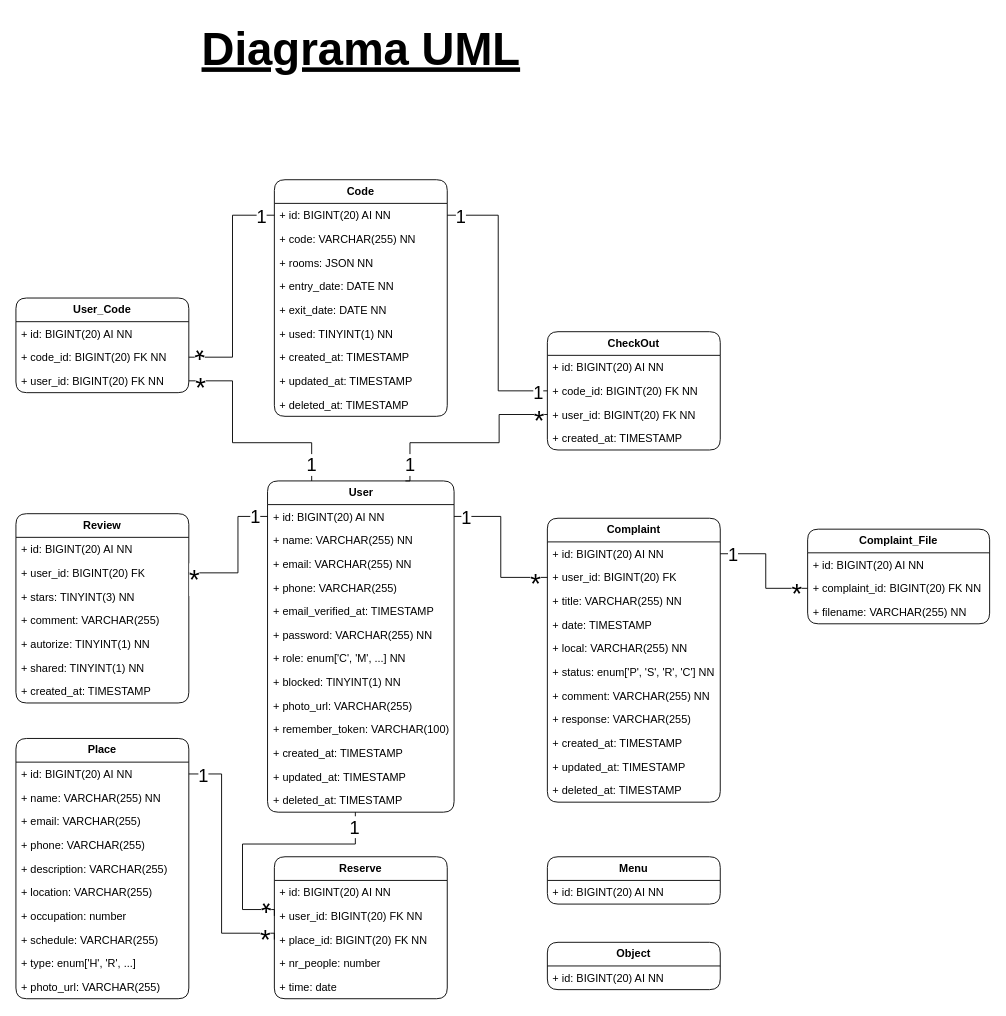
Above: page "Diagrama UML" (1 of 2) of HappyGuest.drawio in Happy-Guest/HG-Notes (draw.io), before the change. Source tidied: cells renumbered, new cells numbered last; positions are measured from the earlier drawing's top-left corner, leaving out a move shared by most shapes. Both pictures are drawn from the tidied source at 91%, with x=0, y=0 at pixel (15, 15).
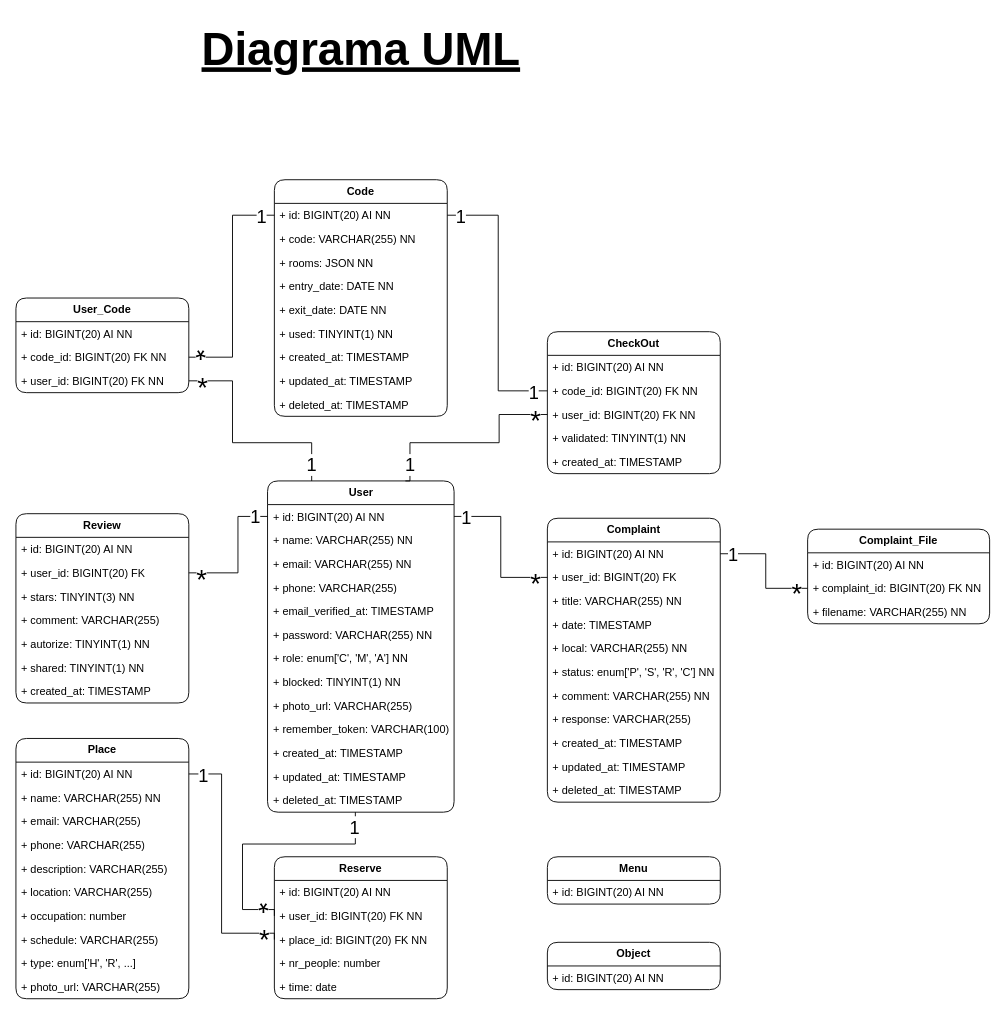
The same diagram, later.

The change refers to these unchanged cells:
```xml
<mxCell id="2" value="&lt;b&gt;User&lt;/b&gt;" style="swimlane;fontStyle=0;horizontal=1;startSize=26;fillColor=none;whiteSpace=wrap;html=1;perimeterSpacing=0;rounded=1;" parent="1" vertex="1">
  <mxGeometry x="276.5" y="511" width="205" height="364" as="geometry" />
</mxCell>
<mxCell id="68" style="edgeStyle=orthogonalEdgeStyle;rounded=0;jettySize=auto;html=1;endArrow=none;endFill=0;exitX=0;exitY=0.5;exitDx=0;exitDy=0;entryX=1;entryY=0.5;entryDx=0;entryDy=0;" parent="1" edge="1" source="3" target="41">
  <mxGeometry relative="1" as="geometry">
    <Array as="points">
      <mxPoint x="244" y="550" />
      <mxPoint x="244" y="612" />
    </Array>
  </mxGeometry>
</mxCell>
<mxCell id="77" style="edgeStyle=orthogonalEdgeStyle;rounded=0;jettySize=auto;html=1;entryX=1;entryY=0.5;entryDx=0;entryDy=0;endArrow=none;endFill=0;exitX=0;exitY=0.5;exitDx=0;exitDy=0;" parent="1" edge="1" source="74" target="52">
  <mxGeometry relative="1" as="geometry">
    <Array as="points">
      <mxPoint x="226" y="1008" />
      <mxPoint x="226" y="833" />
    </Array>
  </mxGeometry>
</mxCell>
<mxCell id="80" style="edgeStyle=orthogonalEdgeStyle;rounded=0;jettySize=auto;html=1;endArrow=none;endFill=0;exitX=0;exitY=0.5;exitDx=0;exitDy=0;" parent="1" edge="1" source="73" target="15">
  <mxGeometry relative="1" as="geometry">
    <Array as="points">
      <mxPoint x="284" y="982" />
      <mxPoint x="249" y="982" />
      <mxPoint x="249" y="910" />
      <mxPoint x="373" y="910" />
    </Array>
  </mxGeometry>
</mxCell>
<mxCell id="91" style="edgeStyle=orthogonalEdgeStyle;rounded=0;jettySize=auto;html=1;endArrow=none;endFill=0;exitX=0;exitY=0.5;exitDx=0;exitDy=0;" parent="1" edge="1" source="89">
  <mxGeometry relative="1" as="geometry">
    <mxPoint x="428" y="511" as="targetPoint" />
    <Array as="points">
      <mxPoint x="531" y="438" />
      <mxPoint x="531" y="469" />
      <mxPoint x="433" y="469" />
      <mxPoint x="433" y="511" />
    </Array>
  </mxGeometry>
</mxCell>
```

Change to the diagram source:
```diff
@@
-    <mxCell id="9" value="+ role: enum['C', 'M', ...] NN" style="text;strokeColor=none;fillColor=none;align=left;verticalAlign=top;spacingLeft=4;spacingRight=4;overflow=hidden;whiteSpace=wrap;html=1;" parent="2" vertex="1">
+    <mxCell id="9" value="+ role: enum['C', 'M', 'A'] NN" style="text;strokeColor=none;fillColor=none;align=left;verticalAlign=top;spacingLeft=4;spacingRight=4;overflow=hidden;whiteSpace=wrap;html=1;" parent="2" vertex="1">
       <mxGeometry y="182" width="205" height="26" as="geometry" />
     </mxCell>
@@
     <mxCell id="69" value="&lt;font style=&quot;font-size: 30px;&quot;&gt;*&lt;/font&gt;" style="edgeLabel;html=1;align=center;verticalAlign=middle;" parent="68" vertex="1">
       <mxGeometry x="-0.92" relative="1" as="geometry">
-        <mxPoint x="-75" y="68" as="offset" />
+        <mxPoint x="-67" y="68" as="offset" />
       </mxGeometry>
     </mxCell>
@@
     <mxCell id="78" value="&lt;font style=&quot;font-size: 30px;&quot;&gt;*&lt;/font&gt;" style="edgeLabel;html=1;align=center;verticalAlign=middle;" parent="77" vertex="1">
       <mxGeometry x="-0.92" relative="1" as="geometry">
-        <mxPoint x="-7" y="6" as="offset" />
+        <mxPoint x="-8" y="6" as="offset" />
       </mxGeometry>
     </mxCell>
@@
     <mxCell id="81" value="&lt;font style=&quot;font-size: 30px;&quot;&gt;*&lt;/font&gt;" style="edgeLabel;html=1;align=center;verticalAlign=middle;spacing=2;labelBackgroundColor=default;imageHeight=10;imageWidth=24;labelBorderColor=none;rotation=-180;" parent="80" vertex="1">
       <mxGeometry x="-0.92" relative="1" as="geometry">
-        <mxPoint x="-3" y="-5" as="offset" />
+        <mxPoint x="-6" y="-5" as="offset" />
       </mxGeometry>
     </mxCell>
@@
     <mxCell id="86" value="&lt;b&gt;CheckOut&lt;br&gt;&lt;/b&gt;" style="swimlane;fontStyle=0;horizontal=1;startSize=26;fillColor=none;whiteSpace=wrap;html=1;perimeterSpacing=0;rounded=1;" parent="1" vertex="1">
-      <mxGeometry x="584" y="347" width="190" height="130" as="geometry" />
+      <mxGeometry x="584" y="347" width="190" height="156" as="geometry" />
     </mxCell>
@@
+    <mxCell id="108" value="+ validated: TINYINT(1) NN" style="text;strokeColor=none;fillColor=none;align=left;verticalAlign=top;spacingLeft=4;spacingRight=4;overflow=hidden;whiteSpace=wrap;html=1;" parent="86" vertex="1">
+      <mxGeometry y="104" width="190" height="26" as="geometry" />
+    </mxCell>
     <mxCell id="90" value="+ created_at: TIMESTAMP" style="text;strokeColor=none;fillColor=none;align=left;verticalAlign=top;spacingLeft=4;spacingRight=4;overflow=hidden;whiteSpace=wrap;html=1;" parent="86" vertex="1">
-      <mxGeometry y="104" width="190" height="26" as="geometry" />
+      <mxGeometry y="130" width="190" height="26" as="geometry" />
     </mxCell>
@@
     <mxCell id="92" value="&lt;font style=&quot;font-size: 30px;&quot;&gt;*&lt;/font&gt;" style="edgeLabel;html=1;align=center;verticalAlign=middle;rotation=0;" parent="91" vertex="1">
       <mxGeometry x="-0.92" relative="1" as="geometry">
-        <mxPoint x="-1" y="5" as="offset" />
+        <mxPoint x="-5" y="5" as="offset" />
       </mxGeometry>
     </mxCell>
@@
     <mxCell id="94" value="&lt;font style=&quot;font-size: 20px;&quot;&gt;1&lt;/font&gt;" style="edgeLabel;html=1;align=center;verticalAlign=middle;" parent="1" vertex="1">
-      <mxGeometry x="573.7" y="412" as="geometry" />
+      <mxGeometry x="568.7" y="412" as="geometry" />
     </mxCell>
@@
     <mxCell id="104" value="&lt;font style=&quot;font-size: 30px;&quot;&gt;*&lt;/font&gt;" style="edgeLabel;html=1;align=center;verticalAlign=middle;" parent="1" vertex="1">
-      <mxGeometry x="202" y="407" as="geometry" />
+      <mxGeometry x="204" y="407" as="geometry" />
     </mxCell>
     <mxCell id="105" value="&lt;font style=&quot;font-size: 30px;&quot;&gt;*&lt;/font&gt;" style="edgeLabel;html=1;align=center;verticalAlign=middle;rotation=-180;" parent="1" vertex="1">
-      <mxGeometry x="203.5" y="370" as="geometry" />
+      <mxGeometry x="204.5" y="370" as="geometry" />
     </mxCell>
```
